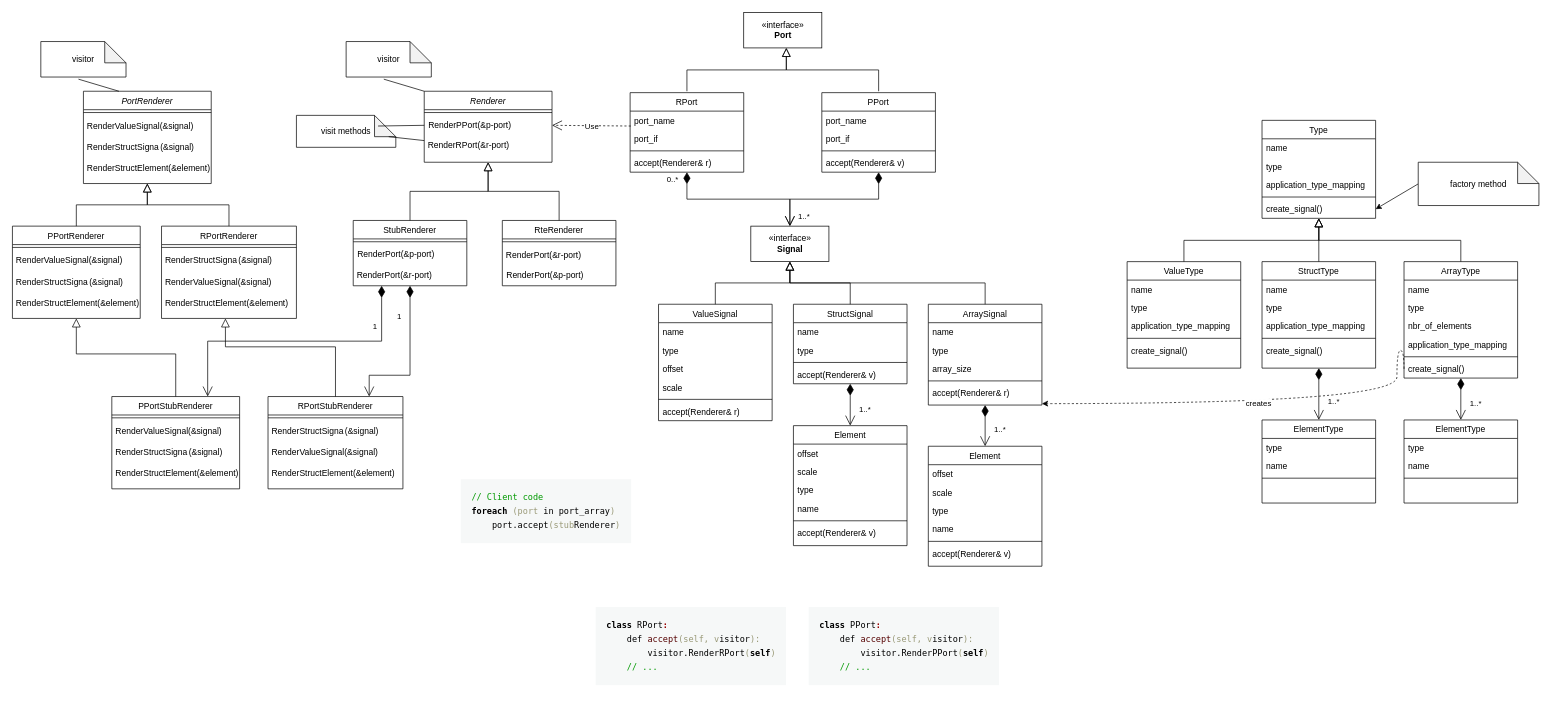
The draw.io diagram page "Page-1" (1 of 2) of arxmlParser/visitor.drawio in johanp1/HackDay, before the edit. Source tidied: cells renumbered, new cells numbered last; positions are measured from the earlier drawing's top-left corner, leaving out a move shared by most shapes. Both pictures are drawn from the tidied source at 71%, with x=0, y=0 at pixel (12, 12).
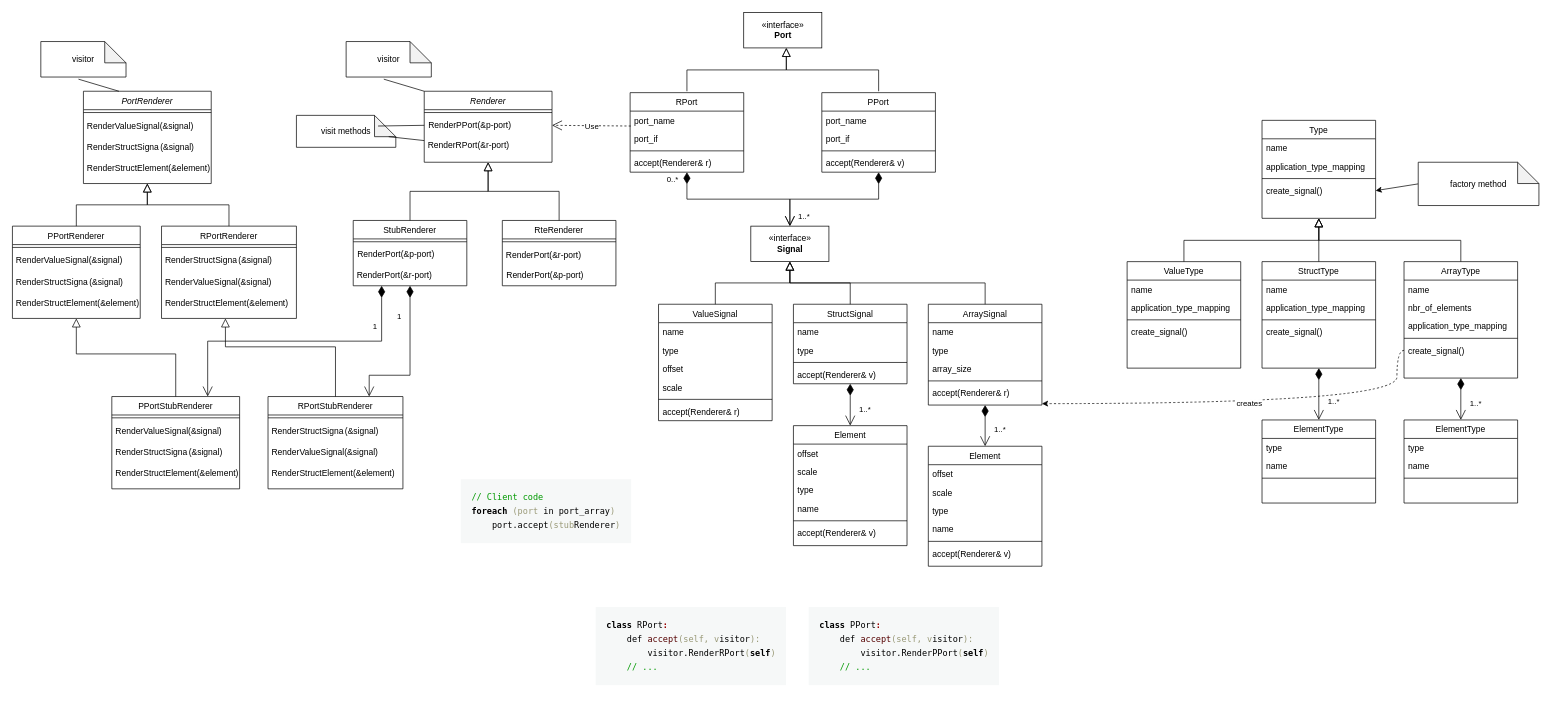
After the change.

Commit message (it also covers changes not shown here):
signal object created from type object

The change refers to these unchanged cells:
```xml
<mxCell id="111" value="ValueType" style="swimlane;fontStyle=0;align=center;verticalAlign=top;horizontal=1;startSize=26;rounded=0;shadow=0;strokeWidth=1;" parent="1" vertex="1">
  <mxGeometry x="1570" y="351" width="160" height="150" as="geometry" />
</mxCell>
<mxCell id="117" value="Type" style="swimlane;fontStyle=0;align=center;verticalAlign=top;horizontal=1;startSize=26;rounded=0;shadow=0;strokeWidth=1;" parent="1" vertex="1">
  <mxGeometry x="1760" y="152" width="160" height="138" as="geometry" />
</mxCell>
<mxCell id="123" value="StructType" style="swimlane;fontStyle=0;align=center;verticalAlign=top;horizontal=1;startSize=26;rounded=0;shadow=0;strokeWidth=1;" parent="1" vertex="1">
  <mxGeometry x="1760" y="351" width="160" height="150" as="geometry" />
</mxCell>
<mxCell id="129" value="ArrayType" style="swimlane;fontStyle=0;align=center;verticalAlign=top;horizontal=1;startSize=26;rounded=0;shadow=0;strokeWidth=1;" parent="1" vertex="1">
  <mxGeometry x="1960" y="351" width="160" height="164" as="geometry" />
</mxCell>
```

What changed in the source:
```diff
@@
-    <mxCell id="113" value="type" style="text;align=left;verticalAlign=top;spacingLeft=4;spacingRight=4;overflow=hidden;rounded=0;shadow=0;html=0;" parent="111" vertex="1">
-      <mxGeometry y="52" width="160" height="26" as="geometry" />
-    </mxCell>
     <mxCell id="114" value="application_type_mapping" style="text;align=left;verticalAlign=top;spacingLeft=4;spacingRight=4;overflow=hidden;rounded=0;shadow=0;html=0;" parent="111" vertex="1">
-      <mxGeometry y="78" width="160" height="26" as="geometry" />
+      <mxGeometry y="52" width="160" height="26" as="geometry" />
     </mxCell>
     <mxCell id="115" style="line;html=1;strokeWidth=1;align=left;verticalAlign=middle;spacingTop=-1;spacingLeft=3;spacingRight=3;labelPosition=right;" parent="111" vertex="1">
-      <mxGeometry y="104" width="160" height="8" as="geometry" />
+      <mxGeometry y="78" width="160" height="8" as="geometry" />
     </mxCell>
     <mxCell id="116" value="create_signal()" style="text;strokeColor=none;fillColor=none;align=left;verticalAlign=top;spacingLeft=4;spacingRight=4;overflow=hidden;" parent="111" vertex="1">
-      <mxGeometry y="112" width="160" height="26" as="geometry" />
+      <mxGeometry y="86" width="160" height="26" as="geometry" />
     </mxCell>
@@
-    <mxCell id="119" value="type" style="text;align=left;verticalAlign=top;spacingLeft=4;spacingRight=4;overflow=hidden;rounded=0;shadow=0;html=0;" parent="117" vertex="1">
-      <mxGeometry y="52" width="160" height="26" as="geometry" />
-    </mxCell>
     <mxCell id="120" value="application_type_mapping" style="text;align=left;verticalAlign=top;spacingLeft=4;spacingRight=4;overflow=hidden;rounded=0;shadow=0;html=0;" parent="117" vertex="1">
-      <mxGeometry y="78" width="160" height="26" as="geometry" />
+      <mxGeometry y="52" width="160" height="26" as="geometry" />
     </mxCell>
     <mxCell id="121" style="line;html=1;strokeWidth=1;align=left;verticalAlign=middle;spacingTop=-1;spacingLeft=3;spacingRight=3;labelPosition=right;" parent="117" vertex="1">
-      <mxGeometry y="104" width="160" height="8" as="geometry" />
+      <mxGeometry y="78" width="160" height="8" as="geometry" />
     </mxCell>
     <mxCell id="122" value="create_signal()" style="text;strokeColor=none;fillColor=none;align=left;verticalAlign=top;spacingLeft=4;spacingRight=4;overflow=hidden;points=[[0,0.5],[1,0.5]];portConstraint=eastwest;" parent="117" vertex="1">
-      <mxGeometry y="112" width="160" height="26" as="geometry" />
+      <mxGeometry y="86" width="160" height="26" as="geometry" />
     </mxCell>
@@
-    <mxCell id="125" value="type" style="text;align=left;verticalAlign=top;spacingLeft=4;spacingRight=4;overflow=hidden;rounded=0;shadow=0;html=0;" parent="123" vertex="1">
-      <mxGeometry y="52" width="160" height="26" as="geometry" />
-    </mxCell>
     <mxCell id="126" value="application_type_mapping" style="text;align=left;verticalAlign=top;spacingLeft=4;spacingRight=4;overflow=hidden;rounded=0;shadow=0;html=0;" parent="123" vertex="1">
-      <mxGeometry y="78" width="160" height="26" as="geometry" />
+      <mxGeometry y="52" width="160" height="26" as="geometry" />
     </mxCell>
     <mxCell id="127" style="line;html=1;strokeWidth=1;align=left;verticalAlign=middle;spacingTop=-1;spacingLeft=3;spacingRight=3;labelPosition=right;" parent="123" vertex="1">
-      <mxGeometry y="104" width="160" height="8" as="geometry" />
+      <mxGeometry y="78" width="160" height="8" as="geometry" />
     </mxCell>
     <mxCell id="128" value="create_signal()" style="text;strokeColor=none;fillColor=none;align=left;verticalAlign=top;spacingLeft=4;spacingRight=4;overflow=hidden;" parent="123" vertex="1">
-      <mxGeometry y="112" width="160" height="26" as="geometry" />
+      <mxGeometry y="86" width="160" height="26" as="geometry" />
     </mxCell>
@@
-    <mxCell id="131" value="type" style="text;align=left;verticalAlign=top;spacingLeft=4;spacingRight=4;overflow=hidden;rounded=0;shadow=0;html=0;" parent="129" vertex="1">
-      <mxGeometry y="52" width="160" height="26" as="geometry" />
-    </mxCell>
     <mxCell id="132" value="nbr_of_elements" style="text;align=left;verticalAlign=top;spacingLeft=4;spacingRight=4;overflow=hidden;rounded=0;shadow=0;html=0;" parent="129" vertex="1">
-      <mxGeometry y="78" width="160" height="26" as="geometry" />
+      <mxGeometry y="52" width="160" height="26" as="geometry" />
     </mxCell>
     <mxCell id="133" value="application_type_mapping" style="text;align=left;verticalAlign=top;spacingLeft=4;spacingRight=4;overflow=hidden;rounded=0;shadow=0;html=0;" parent="129" vertex="1">
-      <mxGeometry y="104" width="160" height="26" as="geometry" />
+      <mxGeometry y="78" width="160" height="26" as="geometry" />
     </mxCell>
     <mxCell id="134" style="line;html=1;strokeWidth=1;align=left;verticalAlign=middle;spacingTop=-1;spacingLeft=3;spacingRight=3;labelPosition=right;" parent="129" vertex="1">
-      <mxGeometry y="130" width="160" height="8" as="geometry" />
+      <mxGeometry y="104" width="160" height="8" as="geometry" />
     </mxCell>
     <mxCell id="135" value="create_signal()" style="text;strokeColor=none;fillColor=none;align=left;verticalAlign=top;spacingLeft=4;spacingRight=4;overflow=hidden;points=[[0,0.5],[1,0.5]];portConstraint=eastwest;" parent="129" vertex="1">
-      <mxGeometry y="138" width="160" height="26" as="geometry" />
+      <mxGeometry y="112" width="160" height="26" as="geometry" />
     </mxCell>
```
